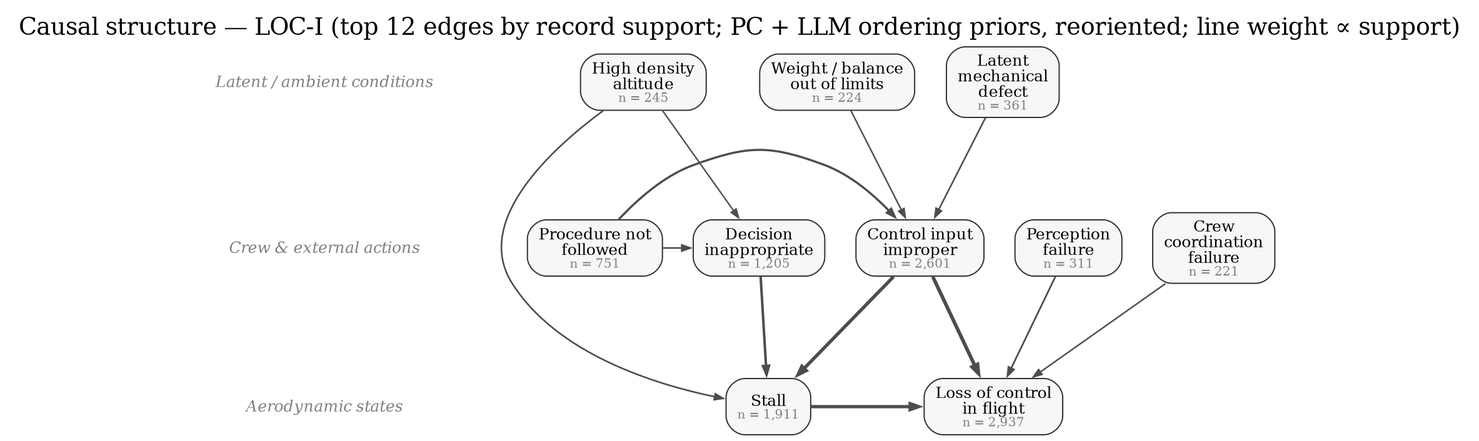
Above: event_extraction/out/causation_kg/figures/dag_LOC-I_top.png in YutianPangASU/AviationSafetyReportKnowledgeGraph (Graphviz), before the change. Its source is kept beside it as event_extraction/out/causation_kg/figures/dag_LOC-I_top.gv.
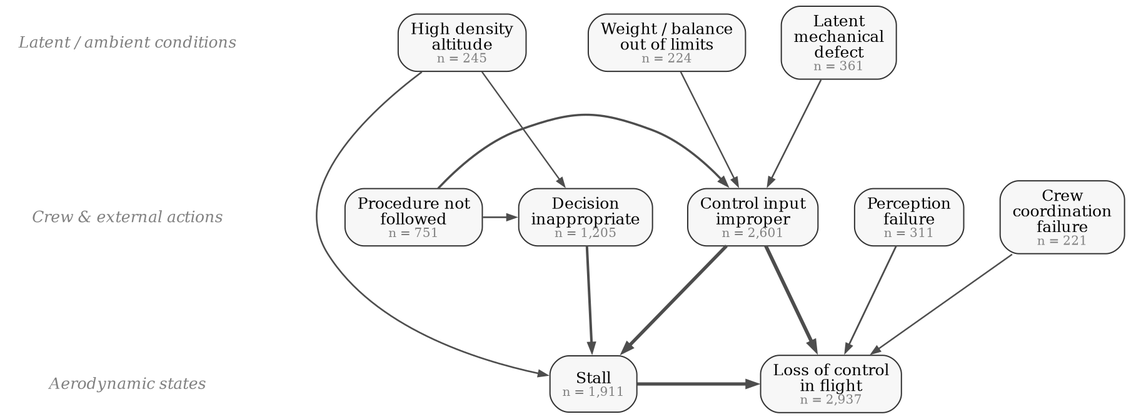
The same diagram one commit later.

Diff of the diagram source:
```diff
@@ -1,8 +1,7 @@
 digraph G {
-  rankdir=TB; splines=spline; nodesep=0.28; ranksep=0.85;
+  rankdir=TB; splines=spline; nodesep=0.32; ranksep=0.9;
   bgcolor="white";
-  labelloc="t"; label=<<font face="Times-Roman" point-size="15">Causal structure &#8212; LOC-I (top 12 edges by record support; PC + LLM ordering priors, reoriented; line weight &#8733; support)</font>>;
-  node [shape=box, style="rounded,filled", fillcolor="#f7f7f7", color="#333333", penwidth=0.8, fontname="Times-Roman", fontsize=10, margin="0.10,0.05"];
+  node [shape=box, style="rounded,filled", fillcolor="#f7f7f7", color="#333333", penwidth=0.8, fontname="Times-Roman", fontsize=10, margin="0.11,0.06"];
   edge [color="#4d4d4d", arrowsize=0.55, fontname="Times-Roman", fontsize=8, fontcolor="#4d4d4d"];
   tier1 [shape=plaintext, style="", fillcolor=none, fontname="Times-Italic", fontsize=10, fontcolor="#808080", label="Latent / ambient conditions"];
   { rank=same; tier1; "LATENT_MECHANICAL_DEFECT" "AIRCRAFT_WEIGHT_OR_BALANCE_OUT_OF_LIMITS" "HIGH_DENSITY_ALTITUDE" }
```
